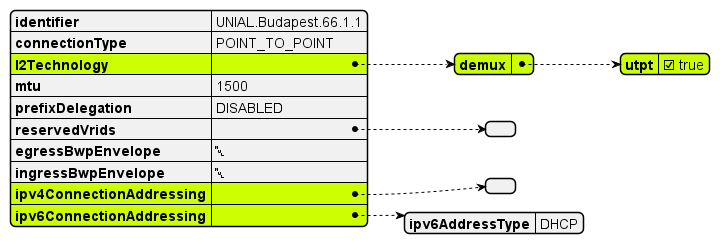
This is documentation/productSchema/ip/internetAccess/MEF 139 resources/media/useCases/uc2UniAccesssLink.png from MEF-GIT/MEF-LSO-Sonata-SDK, a PlantUML export, as it was before one commit. Its diagram source:
```plantuml
@startjson
#highlight "l2Technology"
#highlight "l2Technology" / "demux"
#highlight "l2Technology" / "demux" / "utpt"
#highlight "ipv4ConnectionAddressing"
#highlight "ipv6ConnectionAddressing"

{
  "identifier": "UNIAL.Budapest.66.1.1",
  "connectionType": "POINT_TO_POINT",
  "l2Technology": {
    "demux": {
      "utpt": true
    }
  },
  "mtu": 1500,
  "prefixDelegation": "DISABLED",
  "reservedVrids": [],
  "egressBwpEnvelope": null,
  "ingressBwpEnvelope": null,
  "ipv4ConnectionAddressing": {},
  "ipv6ConnectionAddressing": {
    "ipv6AddressType": "DHCP"
  }
}
@endjson
```
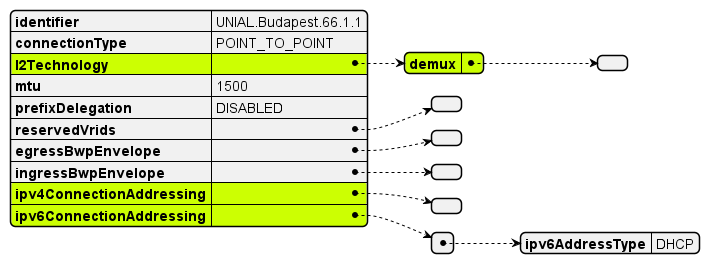
After the commit.

What changed in the source:
```diff
@@ -1,7 +1,6 @@
 @startjson
 #highlight "l2Technology"
 #highlight "l2Technology" / "demux"
-#highlight "l2Technology" / "demux" / "utpt"
 #highlight "ipv4ConnectionAddressing"
 #highlight "ipv6ConnectionAddressing"
 
@@ -9,18 +8,18 @@
   "identifier": "UNIAL.Budapest.66.1.1",
   "connectionType": "POINT_TO_POINT",
   "l2Technology": {
-    "demux": {
-      "utpt": true
-    }
+    "demux": []
   },
   "mtu": 1500,
   "prefixDelegation": "DISABLED",
   "reservedVrids": [],
-  "egressBwpEnvelope": null,
-  "ingressBwpEnvelope": null,
-  "ipv4ConnectionAddressing": {},
-  "ipv6ConnectionAddressing": {
-    "ipv6AddressType": "DHCP"
-  }
+  "egressBwpEnvelope": [],
+  "ingressBwpEnvelope": [],
+  "ipv4ConnectionAddressing": [],
+  "ipv6ConnectionAddressing": [
+    {
+      "ipv6AddressType": "DHCP"
+    }
+  ]
 }
 @endjson
```
